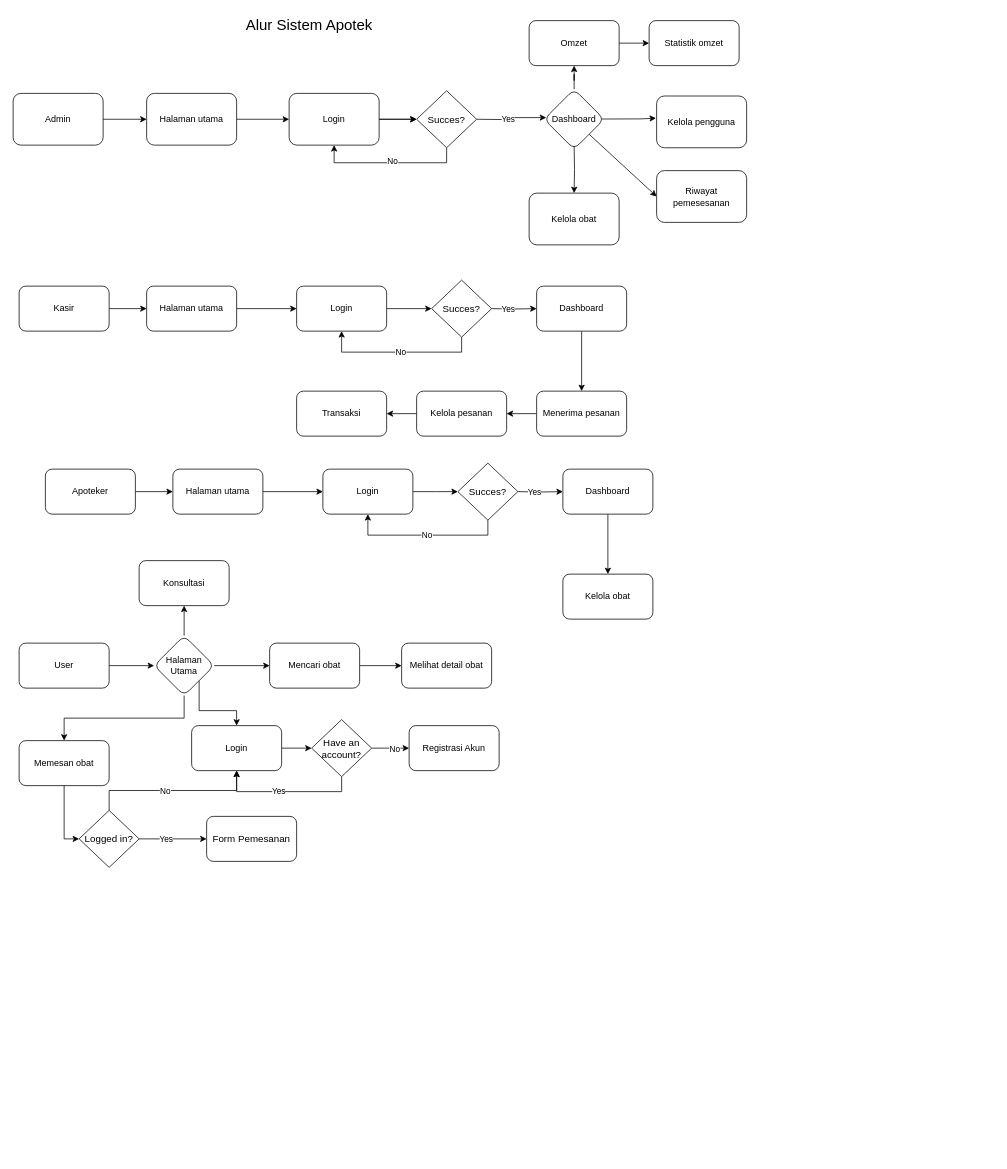
Before: page "Alur" (1 of 2) of alur-apotek.drawio in reezyee/apotek, a draw.io diagram. Source tidied: cells renumbered, new cells numbered last; positions are measured from the earlier drawing's top-left corner, leaving out a move shared by most shapes. Both pictures are drawn from the tidied source at 75%, with x=0, y=0 at pixel (13, 13).
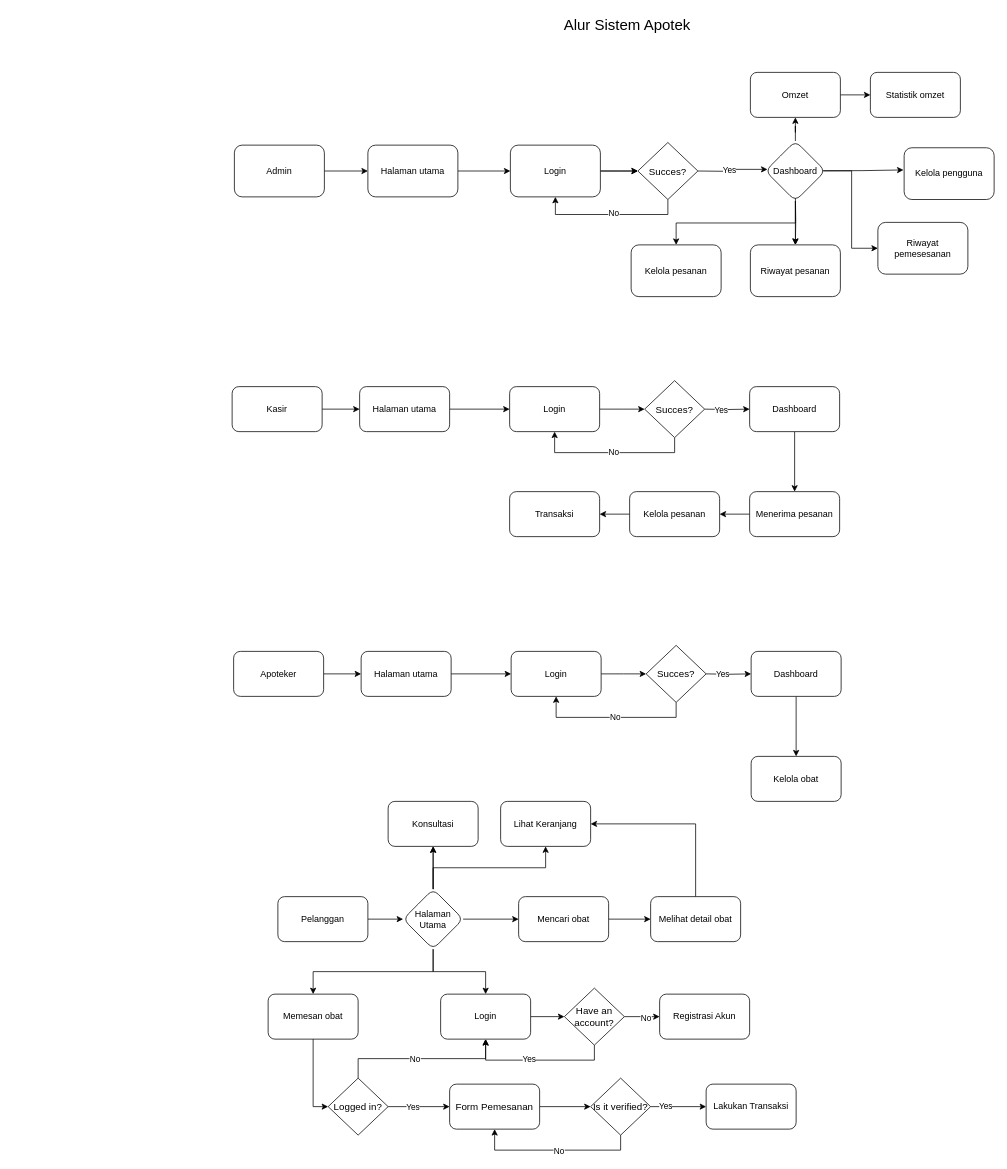
The same diagram, later.

The change refers to these unchanged cells:
```xml
<mxCell id="69" style="edgeStyle=orthogonalEdgeStyle;rounded=0;jettySize=auto;html=1;" parent="1" edge="1" source="73" target="74">
  <mxGeometry relative="1" as="geometry" />
</mxCell>
<mxCell id="71" style="edgeStyle=orthogonalEdgeStyle;rounded=0;jettySize=auto;html=1;exitX=0.5;exitY=0;exitDx=0;exitDy=0;exitPerimeter=0;entryX=0.5;entryY=1;entryDx=0;entryDy=0;" parent="1" edge="1" source="73" target="76">
  <mxGeometry relative="1" as="geometry" />
</mxCell>
<mxCell id="77" style="edgeStyle=orthogonalEdgeStyle;rounded=0;jettySize=auto;html=1;exitX=0.5;exitY=1;exitDx=0;exitDy=0;exitPerimeter=0;entryX=0.5;entryY=1;entryDx=0;entryDy=0;" parent="1" edge="1" source="81" target="76">
  <mxGeometry relative="1" as="geometry" />
</mxCell>
<mxCell id="79" style="edgeStyle=orthogonalEdgeStyle;rounded=0;jettySize=auto;html=1;exitX=1;exitY=0.5;exitDx=0;exitDy=0;exitPerimeter=0;entryX=0;entryY=0.5;entryDx=0;entryDy=0;" parent="1" edge="1" source="81" target="82">
  <mxGeometry relative="1" as="geometry" />
</mxCell>
```

Change to the diagram source:
```diff
@@
     <mxCell id="3" value="Admin" style="rounded=1;whiteSpace=wrap;html=1;" parent="1" vertex="1">
-      <mxGeometry y="107" width="120" height="69" as="geometry" />
+      <mxGeometry x="295" y="176" width="120" height="69" as="geometry" />
     </mxCell>
@@
     <mxCell id="5" value="Halaman utama" style="rounded=1;whiteSpace=wrap;html=1;" parent="1" vertex="1">
-      <mxGeometry x="178" y="107" width="120" height="69" as="geometry" />
+      <mxGeometry x="473" y="176" width="120" height="69" as="geometry" />
     </mxCell>
     <mxCell id="6" style="edgeStyle=orthogonalEdgeStyle;rounded=0;jettySize=auto;html=1;" parent="1" edge="1" source="8">
       <mxGeometry relative="1" as="geometry">
-        <mxPoint x="538" y="141.5" as="targetPoint" />
+        <mxPoint x="833" y="210.5" as="targetPoint" />
       </mxGeometry>
     </mxCell>
@@
     <mxCell id="8" value="Login" style="whiteSpace=wrap;html=1;rounded=1;" parent="1" vertex="1">
-      <mxGeometry x="368" y="107" width="120" height="69" as="geometry" />
+      <mxGeometry x="663" y="176" width="120" height="69" as="geometry" />
     </mxCell>
@@
     <mxCell id="11" style="edgeStyle=orthogonalEdgeStyle;rounded=0;jettySize=auto;html=1;entryX=0.035;entryY=0.473;entryDx=0;entryDy=0;entryPerimeter=0;" parent="1" edge="1" target="54">
       <mxGeometry relative="1" as="geometry">
-        <mxPoint x="618" y="141.5" as="sourcePoint" />
+        <mxPoint x="913" y="210.5" as="sourcePoint" />
       </mxGeometry>
     </mxCell>
@@
     <mxCell id="13" style="edgeStyle=orthogonalEdgeStyle;rounded=0;jettySize=auto;html=1;exitX=0.5;exitY=1;exitDx=0;exitDy=0;entryX=0.5;entryY=0;entryDx=0;entryDy=0;" parent="1" edge="1" target="17">
       <mxGeometry relative="1" as="geometry">
-        <mxPoint x="748" y="176" as="sourcePoint" />
+        <mxPoint x="1043" y="245" as="sourcePoint" />
       </mxGeometry>
     </mxCell>
     <mxCell id="14" style="edgeStyle=orthogonalEdgeStyle;rounded=0;jettySize=auto;html=1;exitX=0.963;exitY=0.496;exitDx=0;exitDy=0;entryX=-0.007;entryY=0.429;entryDx=0;entryDy=0;entryPerimeter=0;exitPerimeter=0;" parent="1" edge="1" source="54" target="45">
       <mxGeometry relative="1" as="geometry">
         <Array as="points">
-          <mxPoint x="788" y="141" />
-          <mxPoint x="837" y="141" />
-          <mxPoint x="837" y="142" />
+          <mxPoint x="1083" y="210" />
+          <mxPoint x="1132" y="210" />
+          <mxPoint x="1132" y="211" />
         </Array>
       </mxGeometry>
     </mxCell>
@@
-    <mxCell id="17" value="Kelola obat" style="rounded=1;whiteSpace=wrap;html=1;" parent="1" vertex="1">
-      <mxGeometry x="688" y="240" width="120" height="69" as="geometry" />
+    <mxCell id="17" value="Riwayat pesanan" style="rounded=1;whiteSpace=wrap;html=1;" parent="1" vertex="1">
+      <mxGeometry x="983" y="309" width="120" height="69" as="geometry" />
     </mxCell>
-    <mxCell id="18" style="rounded=0;jettySize=auto;html=1;exitX=1;exitY=0.5;exitDx=0;exitDy=0;" parent="1" edge="1" source="19" target="50">
-      <mxGeometry relative="1" as="geometry" />
-    </mxCell>
-    <mxCell id="19" value="User" style="rounded=1;whiteSpace=wrap;html=1;" parent="1" vertex="1">
-      <mxGeometry x="8" y="840" width="120" height="60" as="geometry" />
-    </mxCell>
-    <mxCell id="20" style="edgeStyle=orthogonalEdgeStyle;rounded=0;jettySize=auto;html=1;exitX=1;exitY=0.5;exitDx=0;exitDy=0;" parent="1" edge="1" source="50" target="23">
-      <mxGeometry relative="1" as="geometry" />
-    </mxCell>
-    <mxCell id="21" style="edgeStyle=orthogonalEdgeStyle;rounded=0;jettySize=auto;html=1;exitX=0.5;exitY=0;exitDx=0;exitDy=0;" parent="1" edge="1" source="50" target="26">
-      <mxGeometry relative="1" as="geometry" />
-    </mxCell>
-    <mxCell id="22" style="edgeStyle=orthogonalEdgeStyle;rounded=0;jettySize=auto;html=1;" parent="1" edge="1" source="23" target="25">
-      <mxGeometry relative="1" as="geometry" />
-    </mxCell>
-    <mxCell id="23" value="Mencari obat" style="whiteSpace=wrap;html=1;rounded=1;" parent="1" vertex="1">
-      <mxGeometry x="342" y="840" width="120" height="60" as="geometry" />
-    </mxCell>
-    <mxCell id="24" value="Memesan obat" style="rounded=1;whiteSpace=wrap;html=1;" parent="1" vertex="1">
-      <mxGeometry x="8" y="970" width="120" height="60" as="geometry" />
-    </mxCell>
-    <mxCell id="25" value="Melihat detail obat" style="rounded=1;whiteSpace=wrap;html=1;" parent="1" vertex="1">
-      <mxGeometry x="518" y="840" width="120" height="60" as="geometry" />
-    </mxCell>
-    <mxCell id="26" value="Konsultasi" style="whiteSpace=wrap;html=1;rounded=1;" parent="1" vertex="1">
-      <mxGeometry x="168" y="730" width="120" height="60" as="geometry" />
-    </mxCell>
     <mxCell id="27" value="Alur Sistem Apotek" style="text;html=1;align=center;verticalAlign=middle;whiteSpace=wrap;rounded=0;fontSize=20;" parent="1" vertex="1">
-      <mxGeometry x="292" width="206" height="30" as="geometry" />
+      <mxGeometry x="716" width="206" height="30" as="geometry" />
     </mxCell>
@@
     <mxCell id="29" value="Kasir" style="rounded=1;whiteSpace=wrap;html=1;" parent="1" vertex="1">
-      <mxGeometry x="8" y="364" width="120" height="60" as="geometry" />
+      <mxGeometry x="292" y="498" width="120" height="60" as="geometry" />
     </mxCell>
@@
     <mxCell id="31" value="Halaman utama" style="rounded=1;whiteSpace=wrap;html=1;" parent="1" vertex="1">
-      <mxGeometry x="178" y="364" width="120" height="60" as="geometry" />
+      <mxGeometry x="462" y="498" width="120" height="60" as="geometry" />
     </mxCell>
     <mxCell id="32" style="edgeStyle=orthogonalEdgeStyle;rounded=0;jettySize=auto;html=1;" parent="1" edge="1" source="33">
       <mxGeometry relative="1" as="geometry">
-        <mxPoint x="558" y="394" as="targetPoint" />
+        <mxPoint x="842" y="528" as="targetPoint" />
       </mxGeometry>
     </mxCell>
     <mxCell id="33" value="Login" style="rounded=1;whiteSpace=wrap;html=1;" parent="1" vertex="1">
-      <mxGeometry x="378" y="364" width="120" height="60" as="geometry" />
+      <mxGeometry x="662" y="498" width="120" height="60" as="geometry" />
     </mxCell>
@@
     <mxCell id="36" style="edgeStyle=orthogonalEdgeStyle;rounded=0;jettySize=auto;html=1;" parent="1" edge="1" target="39">
       <mxGeometry relative="1" as="geometry">
-        <mxPoint x="638" y="394" as="sourcePoint" />
+        <mxPoint x="922" y="528" as="sourcePoint" />
       </mxGeometry>
     </mxCell>
@@
     <mxCell id="39" value="Dashboard" style="whiteSpace=wrap;html=1;rounded=1;" parent="1" vertex="1">
-      <mxGeometry x="698" y="364" width="120" height="60" as="geometry" />
+      <mxGeometry x="982" y="498" width="120" height="60" as="geometry" />
     </mxCell>
@@
     <mxCell id="41" value="Menerima pesanan" style="rounded=1;whiteSpace=wrap;html=1;" parent="1" vertex="1">
-      <mxGeometry x="698" y="504" width="120" height="60" as="geometry" />
+      <mxGeometry x="982" y="638" width="120" height="60" as="geometry" />
     </mxCell>
@@
     <mxCell id="43" value="Kelola pesanan" style="rounded=1;whiteSpace=wrap;html=1;" parent="1" vertex="1">
-      <mxGeometry x="538" y="504" width="120" height="60" as="geometry" />
+      <mxGeometry x="822" y="638" width="120" height="60" as="geometry" />
     </mxCell>
     <mxCell id="44" value="Transaksi" style="whiteSpace=wrap;html=1;rounded=1;" parent="1" vertex="1">
-      <mxGeometry x="378" y="504" width="120" height="60" as="geometry" />
+      <mxGeometry x="662" y="638" width="120" height="60" as="geometry" />
     </mxCell>
     <mxCell id="45" value="Kelola pengguna" style="rounded=1;whiteSpace=wrap;html=1;" parent="1" vertex="1">
-      <mxGeometry x="858" y="110.5" width="120" height="69" as="geometry" />
+      <mxGeometry x="1188" y="179.5" width="120" height="69" as="geometry" />
     </mxCell>
     <mxCell id="46" value="Omzet" style="whiteSpace=wrap;html=1;rounded=1;" parent="1" vertex="1">
-      <mxGeometry x="688" y="10" width="120" height="60" as="geometry" />
+      <mxGeometry x="983" y="79" width="120" height="60" as="geometry" />
     </mxCell>
     <mxCell id="47" value="Statistik omzet" style="whiteSpace=wrap;html=1;rounded=1;" parent="1" vertex="1">
-      <mxGeometry x="848" y="10" width="120" height="60" as="geometry" />
+      <mxGeometry x="1143" y="79" width="120" height="60" as="geometry" />
     </mxCell>
-    <mxCell id="48" style="edgeStyle=orthogonalEdgeStyle;rounded=0;jettySize=auto;html=1;exitX=0.5;exitY=1;exitDx=0;exitDy=0;entryX=0.5;entryY=0;entryDx=0;entryDy=0;" parent="1" edge="1" source="50" target="24">
-      <mxGeometry relative="1" as="geometry" />
-    </mxCell>
-    <mxCell id="49" style="edgeStyle=orthogonalEdgeStyle;rounded=0;jettySize=auto;html=1;exitX=1;exitY=1;exitDx=0;exitDy=0;entryX=0.5;entryY=0;entryDx=0;entryDy=0;" parent="1" edge="1" source="50" target="76">
-      <mxGeometry relative="1" as="geometry" />
-    </mxCell>
-    <mxCell id="50" value="Halaman Utama" style="rhombus;whiteSpace=wrap;html=1;rounded=1;" parent="1" vertex="1">
-      <mxGeometry x="188" y="830" width="80" height="80" as="geometry" />
-    </mxCell>
     <mxCell id="51" value="Succes?" style="strokeWidth=1;html=1;shape=mxgraph.flowchart.decision;whiteSpace=wrap;fontSize=13;" parent="1" vertex="1">
-      <mxGeometry x="558" y="356" width="80" height="76" as="geometry" />
+      <mxGeometry x="842" y="490" width="80" height="76" as="geometry" />
     </mxCell>
     <mxCell id="52" value="Succes?" style="strokeWidth=1;html=1;shape=mxgraph.flowchart.decision;whiteSpace=wrap;fontSize=13;" parent="1" vertex="1">
-      <mxGeometry x="538" y="103.5" width="80" height="76" as="geometry" />
+      <mxGeometry x="833" y="172.5" width="80" height="76" as="geometry" />
     </mxCell>
-    <mxCell id="53" style="rounded=0;jettySize=auto;html=1;exitX=1;exitY=1;exitDx=0;exitDy=0;entryX=0;entryY=0.5;entryDx=0;entryDy=0;" parent="1" edge="1" source="54" target="84">
+    <mxCell id="53" style="rounded=0;jettySize=auto;html=1;exitX=0.964;exitY=0.497;exitDx=0;exitDy=0;entryX=0;entryY=0.5;entryDx=0;entryDy=0;edgeStyle=orthogonalEdgeStyle;exitPerimeter=0;" parent="1" edge="1" source="54" target="84">
       <mxGeometry relative="1" as="geometry" />
     </mxCell>
+    <mxCell id="85" style="edgeStyle=orthogonalEdgeStyle;rounded=0;jettySize=auto;html=1;" parent="1" edge="1" source="54" target="17">
+      <mxGeometry relative="1" as="geometry" />
+    </mxCell>
+    <mxCell id="86" style="edgeStyle=orthogonalEdgeStyle;rounded=0;jettySize=auto;html=1;exitX=0.5;exitY=1;exitDx=0;exitDy=0;entryX=0.5;entryY=0;entryDx=0;entryDy=0;" parent="1" edge="1" source="54" target="105">
+      <mxGeometry relative="1" as="geometry" />
+    </mxCell>
     <mxCell id="54" value="Dashboard" style="rhombus;whiteSpace=wrap;html=1;rounded=1;" parent="1" vertex="1">
-      <mxGeometry x="708" y="101.5" width="80" height="80" as="geometry" />
+      <mxGeometry x="1003" y="170.5" width="80" height="80" as="geometry" />
     </mxCell>
@@
     <mxCell id="56" value="Apoteker" style="rounded=1;whiteSpace=wrap;html=1;" parent="1" vertex="1">
-      <mxGeometry x="43" y="608" width="120" height="60" as="geometry" />
+      <mxGeometry x="294" y="851" width="120" height="60" as="geometry" />
     </mxCell>
@@
     <mxCell id="58" value="Halaman utama" style="rounded=1;whiteSpace=wrap;html=1;" parent="1" vertex="1">
-      <mxGeometry x="213" y="608" width="120" height="60" as="geometry" />
+      <mxGeometry x="464" y="851" width="120" height="60" as="geometry" />
     </mxCell>
     <mxCell id="59" style="edgeStyle=orthogonalEdgeStyle;rounded=0;jettySize=auto;html=1;" parent="1" edge="1" source="60">
       <mxGeometry relative="1" as="geometry">
-        <mxPoint x="593" y="638" as="targetPoint" />
+        <mxPoint x="844" y="881" as="targetPoint" />
       </mxGeometry>
     </mxCell>
     <mxCell id="60" value="Login" style="rounded=1;whiteSpace=wrap;html=1;" parent="1" vertex="1">
-      <mxGeometry x="413" y="608" width="120" height="60" as="geometry" />
+      <mxGeometry x="664" y="851" width="120" height="60" as="geometry" />
     </mxCell>
@@
     <mxCell id="63" style="edgeStyle=orthogonalEdgeStyle;rounded=0;jettySize=auto;html=1;" parent="1" edge="1" target="66">
       <mxGeometry relative="1" as="geometry">
-        <mxPoint x="673" y="638" as="sourcePoint" />
+        <mxPoint x="924" y="881" as="sourcePoint" />
       </mxGeometry>
     </mxCell>
@@
     <mxCell id="66" value="Dashboard" style="whiteSpace=wrap;html=1;rounded=1;" parent="1" vertex="1">
-      <mxGeometry x="733" y="608" width="120" height="60" as="geometry" />
+      <mxGeometry x="984" y="851" width="120" height="60" as="geometry" />
     </mxCell>
     <mxCell id="67" value="Kelola obat" style="rounded=1;whiteSpace=wrap;html=1;" parent="1" vertex="1">
-      <mxGeometry x="733" y="748" width="120" height="60" as="geometry" />
+      <mxGeometry x="984" y="991" width="120" height="60" as="geometry" />
     </mxCell>
     <mxCell id="68" value="Succes?" style="strokeWidth=1;html=1;shape=mxgraph.flowchart.decision;whiteSpace=wrap;fontSize=13;" parent="1" vertex="1">
-      <mxGeometry x="593" y="600" width="80" height="76" as="geometry" />
+      <mxGeometry x="844" y="843" width="80" height="76" as="geometry" />
     </mxCell>
+    <mxCell id="84" value="Riwayat pemesesanan" style="rounded=1;whiteSpace=wrap;html=1;" parent="1" vertex="1">
+      <mxGeometry x="1153" y="279" width="120" height="69" as="geometry" />
+    </mxCell>
+    <mxCell id="87" style="rounded=0;jettySize=auto;html=1;exitX=1;exitY=0.5;exitDx=0;exitDy=0;" parent="1" edge="1" source="88" target="50">
+      <mxGeometry relative="1" as="geometry" />
+    </mxCell>
+    <mxCell id="88" value="Pelanggan" style="rounded=1;whiteSpace=wrap;html=1;" parent="1" vertex="1">
+      <mxGeometry x="353" y="1178" width="120" height="60" as="geometry" />
+    </mxCell>
+    <mxCell id="20" style="edgeStyle=orthogonalEdgeStyle;rounded=0;jettySize=auto;html=1;exitX=1;exitY=0.5;exitDx=0;exitDy=0;" parent="1" edge="1" source="50" target="23">
+      <mxGeometry relative="1" as="geometry" />
+    </mxCell>
+    <mxCell id="89" style="edgeStyle=orthogonalEdgeStyle;rounded=0;jettySize=auto;html=1;exitX=0.5;exitY=0;exitDx=0;exitDy=0;" parent="1" edge="1" source="50" target="26">
+      <mxGeometry relative="1" as="geometry" />
+    </mxCell>
+    <mxCell id="22" style="edgeStyle=orthogonalEdgeStyle;rounded=0;jettySize=auto;html=1;" parent="1" edge="1" source="23" target="25">
+      <mxGeometry relative="1" as="geometry" />
+    </mxCell>
+    <mxCell id="23" value="Mencari obat" style="whiteSpace=wrap;html=1;rounded=1;" parent="1" vertex="1">
+      <mxGeometry x="674" y="1178" width="120" height="60" as="geometry" />
+    </mxCell>
+    <mxCell id="24" value="Memesan obat" style="rounded=1;whiteSpace=wrap;html=1;" parent="1" vertex="1">
+      <mxGeometry x="340" y="1308" width="120" height="60" as="geometry" />
+    </mxCell>
+    <mxCell id="90" style="edgeStyle=orthogonalEdgeStyle;rounded=0;jettySize=auto;html=1;exitX=0.5;exitY=0;exitDx=0;exitDy=0;entryX=1;entryY=0.5;entryDx=0;entryDy=0;" parent="1" edge="1" source="25" target="104">
+      <mxGeometry relative="1" as="geometry" />
+    </mxCell>
+    <mxCell id="25" value="Melihat detail obat" style="rounded=1;whiteSpace=wrap;html=1;" parent="1" vertex="1">
+      <mxGeometry x="850" y="1178" width="120" height="60" as="geometry" />
+    </mxCell>
+    <mxCell id="26" value="Konsultasi" style="whiteSpace=wrap;html=1;rounded=1;" parent="1" vertex="1">
+      <mxGeometry x="500" y="1051" width="120" height="60" as="geometry" />
+    </mxCell>
+    <mxCell id="48" style="edgeStyle=orthogonalEdgeStyle;rounded=0;jettySize=auto;html=1;exitX=0.5;exitY=1;exitDx=0;exitDy=0;entryX=0.5;entryY=0;entryDx=0;entryDy=0;" parent="1" edge="1" source="50" target="24">
+      <mxGeometry relative="1" as="geometry" />
+    </mxCell>
+    <mxCell id="49" style="edgeStyle=orthogonalEdgeStyle;rounded=0;jettySize=auto;html=1;exitX=0.5;exitY=1;exitDx=0;exitDy=0;entryX=0.5;entryY=0;entryDx=0;entryDy=0;" parent="1" edge="1" source="50" target="76">
+      <mxGeometry relative="1" as="geometry" />
+    </mxCell>
+    <mxCell id="91" style="edgeStyle=orthogonalEdgeStyle;rounded=0;jettySize=auto;html=1;" parent="1" edge="1" source="50" target="26">
+      <mxGeometry relative="1" as="geometry" />
+    </mxCell>
+    <mxCell id="92" style="edgeStyle=orthogonalEdgeStyle;rounded=0;jettySize=auto;html=1;exitX=0.5;exitY=0;exitDx=0;exitDy=0;entryX=0.5;entryY=1;entryDx=0;entryDy=0;" parent="1" edge="1" source="50" target="104">
+      <mxGeometry relative="1" as="geometry" />
+    </mxCell>
+    <mxCell id="50" value="Halaman Utama" style="rhombus;whiteSpace=wrap;html=1;rounded=1;" parent="1" vertex="1">
+      <mxGeometry x="520" y="1168" width="80" height="80" as="geometry" />
+    </mxCell>
@@
-    <mxCell id="70" value="Yes" style="edgeLabel;html=1;align=center;verticalAlign=middle;" parent="69" vertex="1">
-      <mxGeometry x="-0.23" relative="1" as="geometry" />
-    </mxCell>
+    <mxCell id="93" value="Yes" style="edgeLabel;html=1;align=center;verticalAlign=middle;" parent="69" vertex="1">
+      <mxGeometry x="-0.23" relative="1" as="geometry" />
+    </mxCell>
@@
-    <mxCell id="72" value="No" style="edgeLabel;html=1;align=center;verticalAlign=middle;" parent="71" vertex="1">
-      <mxGeometry x="-0.09" relative="1" as="geometry" />
-    </mxCell>
+    <mxCell id="94" value="No" style="edgeLabel;html=1;align=center;verticalAlign=middle;" parent="71" vertex="1">
+      <mxGeometry x="-0.09" relative="1" as="geometry" />
+    </mxCell>
     <mxCell id="73" value="Logged in?" style="strokeWidth=1;html=1;shape=mxgraph.flowchart.decision;whiteSpace=wrap;fontSize=13;" parent="1" vertex="1">
-      <mxGeometry x="88" y="1063" width="80" height="76" as="geometry" />
+      <mxGeometry x="420" y="1420" width="80" height="76" as="geometry" />
     </mxCell>
+    <mxCell id="95" style="edgeStyle=orthogonalEdgeStyle;rounded=0;jettySize=auto;html=1;exitX=1;exitY=0.5;exitDx=0;exitDy=0;" parent="1" edge="1" source="74" target="102">
+      <mxGeometry relative="1" as="geometry" />
+    </mxCell>
     <mxCell id="74" value="Form Pemesanan" style="rounded=1;whiteSpace=wrap;html=1;fontSize=13;strokeWidth=1;" parent="1" vertex="1">
-      <mxGeometry x="258" y="1071" width="120" height="60" as="geometry" />
+      <mxGeometry x="582" y="1428" width="120" height="60" as="geometry" />
     </mxCell>
@@
     <mxCell id="76" value="Login" style="rounded=1;whiteSpace=wrap;html=1;" parent="1" vertex="1">
-      <mxGeometry x="238" y="950" width="120" height="60" as="geometry" />
+      <mxGeometry x="570" y="1308" width="120" height="60" as="geometry" />
     </mxCell>
@@
-    <mxCell id="78" value="Yes" style="edgeLabel;html=1;align=center;verticalAlign=middle;" parent="77" vertex="1">
-      <mxGeometry x="0.12" y="-2" relative="1" as="geometry" />
-    </mxCell>
+    <mxCell id="96" value="Yes" style="edgeLabel;html=1;align=center;verticalAlign=middle;" parent="77" vertex="1">
+      <mxGeometry x="0.12" y="-2" relative="1" as="geometry" />
+    </mxCell>
@@
-    <mxCell id="80" value="No" style="edgeLabel;html=1;align=center;verticalAlign=middle;" parent="79" vertex="1">
-      <mxGeometry x="0.18" y="-1" relative="1" as="geometry" />
-    </mxCell>
+    <mxCell id="97" value="No" style="edgeLabel;html=1;align=center;verticalAlign=middle;" parent="79" vertex="1">
+      <mxGeometry x="0.18" y="-1" relative="1" as="geometry" />
+    </mxCell>
     <mxCell id="81" value="Have an account?" style="strokeWidth=1;html=1;shape=mxgraph.flowchart.decision;whiteSpace=wrap;fontSize=13;" parent="1" vertex="1">
-      <mxGeometry x="398" y="942" width="80" height="76" as="geometry" />
+      <mxGeometry x="735" y="1300" width="80" height="76" as="geometry" />
     </mxCell>
     <mxCell id="82" value="Registrasi Akun" style="rounded=1;whiteSpace=wrap;html=1;" parent="1" vertex="1">
-      <mxGeometry x="528" y="950" width="120" height="60" as="geometry" />
+      <mxGeometry x="862" y="1308" width="120" height="60" as="geometry" />
     </mxCell>
@@
-    <mxCell id="84" value="Riwayat pemesesanan" style="rounded=1;whiteSpace=wrap;html=1;" parent="1" vertex="1">
-      <mxGeometry x="858" y="210" width="120" height="69" as="geometry" />
-    </mxCell>
+    <mxCell id="98" style="edgeStyle=orthogonalEdgeStyle;rounded=0;jettySize=auto;html=1;exitX=1;exitY=0.5;exitDx=0;exitDy=0;exitPerimeter=0;entryX=0;entryY=0.5;entryDx=0;entryDy=0;" parent="1" edge="1" source="102" target="103">
+      <mxGeometry relative="1" as="geometry" />
+    </mxCell>
+    <mxCell id="99" value="Yes" style="edgeLabel;html=1;align=center;verticalAlign=middle;" parent="98" vertex="1">
+      <mxGeometry x="-0.5" y="1" relative="1" as="geometry" />
+    </mxCell>
+    <mxCell id="100" style="edgeStyle=orthogonalEdgeStyle;rounded=0;jettySize=auto;html=1;exitX=0.5;exitY=1;exitDx=0;exitDy=0;exitPerimeter=0;entryX=0.5;entryY=1;entryDx=0;entryDy=0;" parent="1" edge="1" source="102" target="74">
+      <mxGeometry relative="1" as="geometry" />
+    </mxCell>
+    <mxCell id="101" value="No" style="edgeLabel;html=1;align=center;verticalAlign=middle;" parent="100" vertex="1">
+      <mxGeometry x="-0.05" y="1" relative="1" as="geometry" />
+    </mxCell>
+    <mxCell id="102" value="Is it verified?" style="strokeWidth=1;html=1;shape=mxgraph.flowchart.decision;whiteSpace=wrap;fontSize=13;" parent="1" vertex="1">
+      <mxGeometry x="770" y="1420" width="80" height="76" as="geometry" />
+    </mxCell>
+    <mxCell id="103" value="Lakukan Transaksi" style="rounded=1;whiteSpace=wrap;html=1;" parent="1" vertex="1">
+      <mxGeometry x="924" y="1428" width="120" height="60" as="geometry" />
+    </mxCell>
+    <mxCell id="104" value="Lihat Keranjang" style="whiteSpace=wrap;html=1;rounded=1;" parent="1" vertex="1">
+      <mxGeometry x="650" y="1051" width="120" height="60" as="geometry" />
+    </mxCell>
+    <mxCell id="105" value="Kelola pesanan" style="rounded=1;whiteSpace=wrap;html=1;" parent="1" vertex="1">
+      <mxGeometry x="824" y="309" width="120" height="69" as="geometry" />
+    </mxCell>
```
